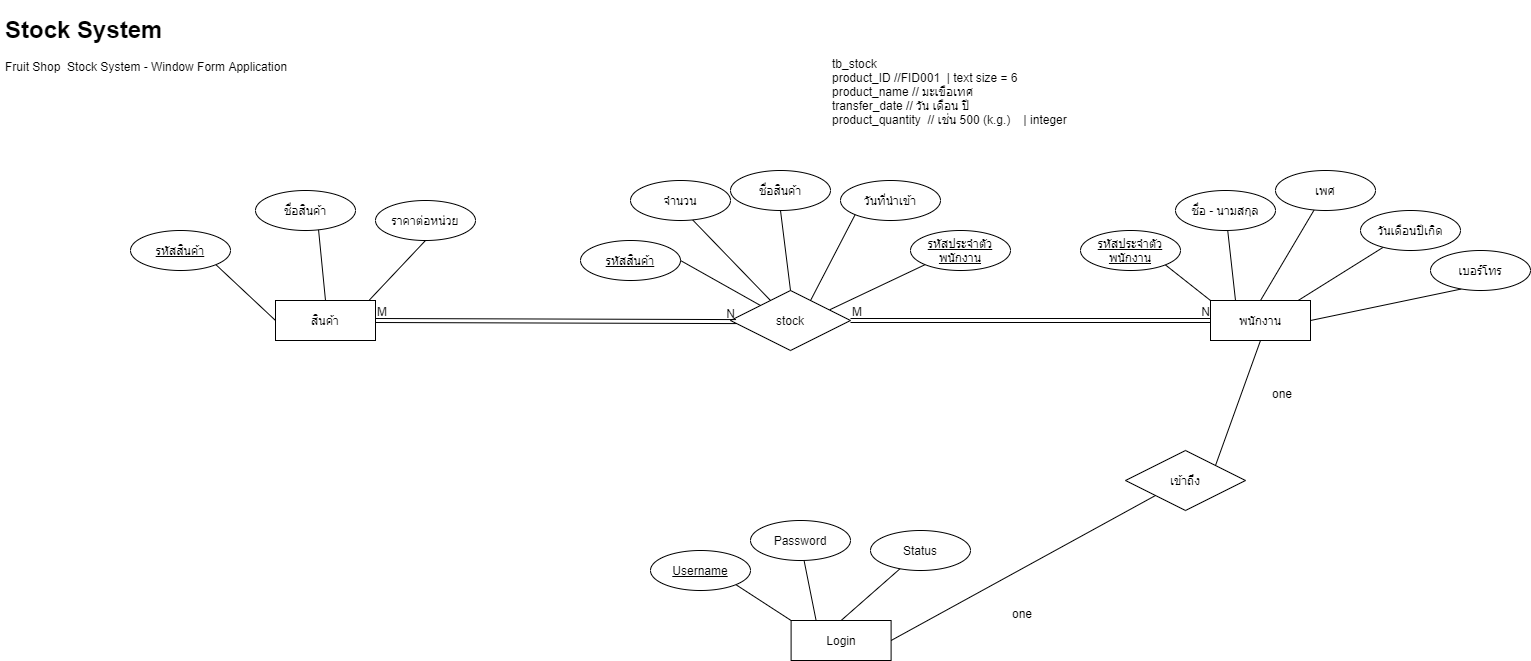
Before: ER-Diagram-Fruit-Stock.drawio.png, a diagram exported from draw.io (billowdev/pos-fruit-stock-window-form-app). Source tidied: cells renumbered, new cells last; positions are measured from the earlier drawing's top-left corner, leaving out a move shared by most shapes.
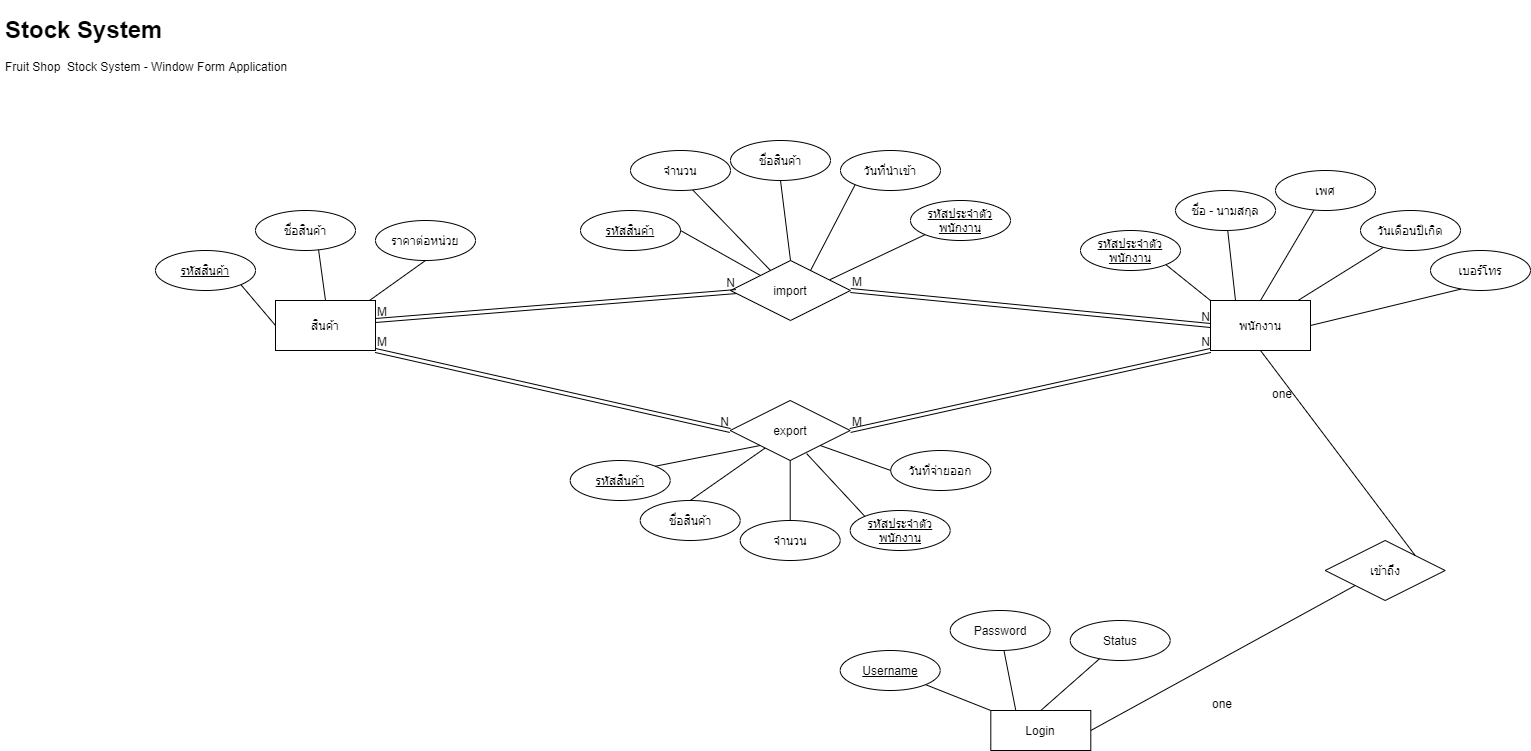
After the commit.

Diff of the diagram source:
```diff
@@ -32,30 +32,27 @@
     <mxCell id="10" style="endArrow=none;html=1;rounded=0;exitX=0.5;exitY=0;exitDx=0;exitDy=0;" parent="1" edge="1" source="39" target="21">
       <mxGeometry relative="1" as="geometry" />
     </mxCell>
-    <mxCell id="11" value="stock" style="shape=rhombus;perimeter=rhombusPerimeter;whiteSpace=wrap;html=1;align=center;" parent="1" vertex="1">
-      <mxGeometry x="730" y="280" width="120" height="60" as="geometry" />
+    <mxCell id="11" value="import" style="shape=rhombus;perimeter=rhombusPerimeter;whiteSpace=wrap;html=1;align=center;" parent="1" vertex="1">
+      <mxGeometry x="730" y="250" width="120" height="60" as="geometry" />
     </mxCell>
     <mxCell id="12" value="&lt;u&gt;รหัสสินค้า&lt;/u&gt;" style="ellipse;whiteSpace=wrap;html=1;align=center;fontStyle=4;" parent="1" vertex="1">
-      <mxGeometry x="580" y="230" width="100" height="40" as="geometry" />
+      <mxGeometry x="580" y="200" width="100" height="40" as="geometry" />
     </mxCell>
     <mxCell id="13" value="&lt;u&gt;รหัสสินค้า&lt;/u&gt;" style="ellipse;whiteSpace=wrap;html=1;align=center;fontStyle=4;" parent="1" vertex="1">
-      <mxGeometry x="130" y="220" width="100" height="40" as="geometry" />
+      <mxGeometry x="155" y="240" width="100" height="40" as="geometry" />
     </mxCell>
     <mxCell id="14" value="ชื่อสินค้า" style="ellipse;whiteSpace=wrap;html=1;align=center;" parent="1" vertex="1">
-      <mxGeometry x="255" y="180" width="100" height="40" as="geometry" />
+      <mxGeometry x="255" y="200" width="100" height="40" as="geometry" />
     </mxCell>
     <mxCell id="15" value="ราคาต่อหน่วย" style="ellipse;whiteSpace=wrap;html=1;align=center;" parent="1" vertex="1">
-      <mxGeometry x="375" y="190" width="100" height="40" as="geometry" />
+      <mxGeometry x="375" y="210" width="100" height="40" as="geometry" />
     </mxCell>
     <mxCell id="16" value="จำนวน" style="ellipse;whiteSpace=wrap;html=1;align=center;" parent="1" vertex="1">
-      <mxGeometry x="630" y="170" width="100" height="40" as="geometry" />
+      <mxGeometry x="630" y="140" width="100" height="40" as="geometry" />
     </mxCell>
     <mxCell id="17" value="วันที่นำเข้า" style="ellipse;whiteSpace=wrap;html=1;align=center;" parent="1" vertex="1">
-      <mxGeometry x="840" y="170" width="100" height="40" as="geometry" />
+      <mxGeometry x="840" y="140" width="100" height="40" as="geometry" />
     </mxCell>
-    <mxCell id="18" value="tb_stock&#10;&#9;&#9;product_ID&#9;&#9;//FID001  | text size = 6&#10;&#9;&#9;product_name&#9;// มะเขือเทศ    &#10;&#9;&#9;transfer_date&#9;// วัน เดือน ปี&#10;&#9;&#9;product_quantity  // เช่น 500 (k.g.)    | integer" style="text;whiteSpace=wrap;html=1;" parent="1" vertex="1">
-      <mxGeometry x="830" y="40" width="260" height="80" as="geometry" />
-    </mxCell>
     <mxCell id="19" value="ชื่อ - นามสกุล" style="ellipse;whiteSpace=wrap;html=1;align=center;" parent="1" vertex="1">
       <mxGeometry x="1175" y="180" width="100" height="40" as="geometry" />
     </mxCell>
@@ -72,11 +69,11 @@
       <mxGeometry x="1430" y="240" width="100" height="40" as="geometry" />
     </mxCell>
     <mxCell id="24" value="ชื่อสินค้า" style="ellipse;whiteSpace=wrap;html=1;align=center;" parent="1" vertex="1">
-      <mxGeometry x="730" y="160" width="100" height="40" as="geometry" />
+      <mxGeometry x="730" y="130" width="100" height="40" as="geometry" />
     </mxCell>
     <mxCell id="25" style="endArrow=none;html=1;rounded=0;entryX=0.623;entryY=0.989;entryDx=0;entryDy=0;entryPerimeter=0;" parent="1" edge="1" target="16">
       <mxGeometry relative="1" as="geometry">
-        <mxPoint x="770" y="290" as="sourcePoint" />
+        <mxPoint x="770" y="260" as="sourcePoint" />
       </mxGeometry>
     </mxCell>
     <mxCell id="26" style="endArrow=none;html=1;rounded=0;entryX=1;entryY=0.5;entryDx=0;entryDy=0;exitX=0;exitY=0;exitDx=0;exitDy=0;" parent="1" edge="1" source="11" target="12">
@@ -112,21 +109,21 @@
       <mxGeometry x="1" relative="1" as="geometry" />
     </mxCell>
     <mxCell id="36" value="&lt;u&gt;รหัสประจำตัวพนักงาน&lt;/u&gt;" style="ellipse;whiteSpace=wrap;html=1;align=center;fontStyle=4;" parent="1" vertex="1">
-      <mxGeometry x="910" y="220" width="100" height="40" as="geometry" />
+      <mxGeometry x="910" y="190" width="100" height="40" as="geometry" />
     </mxCell>
     <mxCell id="37" style="endArrow=none;html=1;rounded=0;entryX=0;entryY=1;entryDx=0;entryDy=0;exitX=0.827;exitY=0.321;exitDx=0;exitDy=0;exitPerimeter=0;" parent="1" edge="1" source="11" target="36">
       <mxGeometry relative="1" as="geometry" />
     </mxCell>
     <mxCell id="38" value="สินค้า" style="whiteSpace=wrap;html=1;align=center;" parent="1" vertex="1">
-      <mxGeometry x="275" y="290" width="100" height="40" as="geometry" />
+      <mxGeometry x="275" y="290" width="100" height="50" as="geometry" />
     </mxCell>
     <mxCell id="39" value="พนักงาน" style="whiteSpace=wrap;html=1;align=center;" parent="1" vertex="1">
-      <mxGeometry x="1210" y="290" width="100" height="40" as="geometry" />
+      <mxGeometry x="1210" y="290" width="100" height="50" as="geometry" />
     </mxCell>
     <mxCell id="40" style="edgeStyle=orthogonalEdgeStyle;rounded=0;orthogonalLoop=1;jettySize=auto;html=1;exitX=0.5;exitY=1;exitDx=0;exitDy=0;" parent="1" edge="1">
       <mxGeometry relative="1" as="geometry">
-        <mxPoint x="735" y="570" as="sourcePoint" />
-        <mxPoint x="735" y="570" as="targetPoint" />
+        <mxPoint x="934.7" y="660" as="sourcePoint" />
+        <mxPoint x="934.7" y="660" as="targetPoint" />
       </mxGeometry>
     </mxCell>
     <mxCell id="41" style="endArrow=none;html=1;rounded=0;exitX=0.25;exitY=0;exitDx=0;exitDy=0;" parent="1" edge="1" source="47" target="44">
@@ -139,19 +136,19 @@
       <mxGeometry relative="1" as="geometry" />
     </mxCell>
     <mxCell id="44" value="Password" style="ellipse;whiteSpace=wrap;html=1;align=center;" parent="1" vertex="1">
-      <mxGeometry x="750" y="510" width="100" height="40" as="geometry" />
+      <mxGeometry x="949.7" y="600" width="100" height="40" as="geometry" />
     </mxCell>
     <mxCell id="45" value="Username" style="ellipse;whiteSpace=wrap;html=1;align=center;fontStyle=4;" parent="1" vertex="1">
-      <mxGeometry x="650" y="540" width="100" height="40" as="geometry" />
+      <mxGeometry x="839.7" y="640" width="100" height="40" as="geometry" />
     </mxCell>
     <mxCell id="46" value="Status" style="ellipse;whiteSpace=wrap;html=1;align=center;" parent="1" vertex="1">
-      <mxGeometry x="870" y="520" width="100" height="40" as="geometry" />
+      <mxGeometry x="1069.7" y="610" width="100" height="40" as="geometry" />
     </mxCell>
     <mxCell id="47" value="Login" style="whiteSpace=wrap;html=1;align=center;" parent="1" vertex="1">
-      <mxGeometry x="790.6" y="610" width="100" height="40" as="geometry" />
+      <mxGeometry x="990.3" y="700" width="100" height="40" as="geometry" />
     </mxCell>
     <mxCell id="48" value="เข้าถึง" style="shape=rhombus;perimeter=rhombusPerimeter;whiteSpace=wrap;html=1;align=center;" parent="1" vertex="1">
-      <mxGeometry x="1125" y="440" width="120" height="60" as="geometry" />
+      <mxGeometry x="1324.7" y="530" width="120" height="60" as="geometry" />
     </mxCell>
     <mxCell id="49" style="endArrow=none;html=1;rounded=0;entryX=0.5;entryY=1;entryDx=0;entryDy=0;exitX=1;exitY=0;exitDx=0;exitDy=0;" parent="1" edge="1" source="48" target="39">
       <mxGeometry relative="1" as="geometry" />
@@ -160,10 +157,64 @@
       <mxGeometry relative="1" as="geometry" />
     </mxCell>
     <mxCell id="51" value="one" style="text;whiteSpace=wrap;html=1;" parent="1" vertex="1">
-      <mxGeometry x="1010" y="590" width="40" height="30" as="geometry" />
+      <mxGeometry x="1209.7" y="680" width="40" height="30" as="geometry" />
     </mxCell>
     <mxCell id="52" value="one" style="text;whiteSpace=wrap;html=1;" parent="1" vertex="1">
       <mxGeometry x="1270" y="370" width="40" height="30" as="geometry" />
     </mxCell>
+    <mxCell id="53" value="export" style="shape=rhombus;perimeter=rhombusPerimeter;whiteSpace=wrap;html=1;align=center;" parent="1" vertex="1">
+      <mxGeometry x="729.7" y="390" width="120" height="60" as="geometry" />
+    </mxCell>
+    <mxCell id="54" style="shape=link;html=1;rounded=0;exitX=1;exitY=0.5;exitDx=0;exitDy=0;entryX=0;entryY=1;entryDx=0;entryDy=0;" parent="1" edge="1" source="53" target="39">
+      <mxGeometry relative="1" as="geometry" />
+    </mxCell>
+    <mxCell id="55" value="M" style="html=1;align=left;verticalAlign=bottom;" parent="54" vertex="1">
+      <mxGeometry x="-1" relative="1" as="geometry" />
+    </mxCell>
+    <mxCell id="56" value="N" style="html=1;align=right;verticalAlign=bottom;" parent="54" vertex="1">
+      <mxGeometry x="1" relative="1" as="geometry" />
+    </mxCell>
+    <mxCell id="57" style="shape=link;html=1;rounded=0;exitX=1;exitY=1;exitDx=0;exitDy=0;entryX=0;entryY=0.5;entryDx=0;entryDy=0;" parent="1" edge="1" source="38" target="53">
+      <mxGeometry relative="1" as="geometry" />
+    </mxCell>
+    <mxCell id="58" value="M" style="html=1;align=left;verticalAlign=bottom;" parent="57" vertex="1">
+      <mxGeometry x="-1" relative="1" as="geometry" />
+    </mxCell>
+    <mxCell id="59" value="N" style="html=1;align=right;verticalAlign=bottom;" parent="57" vertex="1">
+      <mxGeometry x="1" relative="1" as="geometry" />
+    </mxCell>
+    <mxCell id="60" value="&lt;u&gt;รหัสสินค้า&lt;/u&gt;" style="ellipse;whiteSpace=wrap;html=1;align=center;fontStyle=4;" parent="1" vertex="1">
+      <mxGeometry x="569.7" y="450" width="100" height="40" as="geometry" />
+    </mxCell>
+    <mxCell id="61" value="จำนวน" style="ellipse;whiteSpace=wrap;html=1;align=center;" parent="1" vertex="1">
+      <mxGeometry x="739.7" y="510" width="100" height="40" as="geometry" />
+    </mxCell>
+    <mxCell id="62" value="วันที่จ่ายออก" style="ellipse;whiteSpace=wrap;html=1;align=center;" parent="1" vertex="1">
+      <mxGeometry x="890.3" y="440" width="100" height="40" as="geometry" />
+    </mxCell>
+    <mxCell id="63" value="ชื่อสินค้า" style="ellipse;whiteSpace=wrap;html=1;align=center;" parent="1" vertex="1">
+      <mxGeometry x="639.7" y="490" width="100" height="40" as="geometry" />
+    </mxCell>
+    <mxCell id="64" value="&lt;u&gt;รหัสประจำตัวพนักงาน&lt;/u&gt;" style="ellipse;whiteSpace=wrap;html=1;align=center;fontStyle=4;" parent="1" vertex="1">
+      <mxGeometry x="849.7" y="500" width="100" height="40" as="geometry" />
+    </mxCell>
+    <mxCell id="65" style="endArrow=none;html=1;rounded=0;entryX=1;entryY=0;entryDx=0;entryDy=0;exitX=0;exitY=1;exitDx=0;exitDy=0;" parent="1" edge="1" source="53" target="60">
+      <mxGeometry relative="1" as="geometry" />
+    </mxCell>
+    <mxCell id="66" style="endArrow=none;html=1;rounded=0;entryX=0.5;entryY=0;entryDx=0;entryDy=0;" parent="1" edge="1" source="53" target="63">
+      <mxGeometry relative="1" as="geometry" />
+    </mxCell>
+    <mxCell id="67" style="endArrow=none;html=1;rounded=0;entryX=0.5;entryY=0;entryDx=0;entryDy=0;exitX=0.5;exitY=1;exitDx=0;exitDy=0;" parent="1" edge="1" source="53" target="61">
+      <mxGeometry relative="1" as="geometry" />
+    </mxCell>
+    <mxCell id="68" style="endArrow=none;html=1;rounded=0;entryX=0;entryY=0;entryDx=0;entryDy=0;exitX=0.637;exitY=0.885;exitDx=0;exitDy=0;exitPerimeter=0;" parent="1" edge="1" source="53" target="64">
+      <mxGeometry relative="1" as="geometry" />
+    </mxCell>
+    <mxCell id="69" style="endArrow=none;html=1;rounded=0;entryX=0;entryY=0.5;entryDx=0;entryDy=0;exitX=1;exitY=1;exitDx=0;exitDy=0;" parent="1" edge="1" source="53" target="62">
+      <mxGeometry relative="1" as="geometry" />
+    </mxCell>
+    <mxCell id="70" style="edgeStyle=orthogonalEdgeStyle;rounded=0;orthogonalLoop=1;jettySize=auto;html=1;exitX=0.5;exitY=1;exitDx=0;exitDy=0;" parent="1" edge="1" source="64" target="64">
+      <mxGeometry relative="1" as="geometry" />
+    </mxCell>
   </root>
 </mxGraphModel>
```
